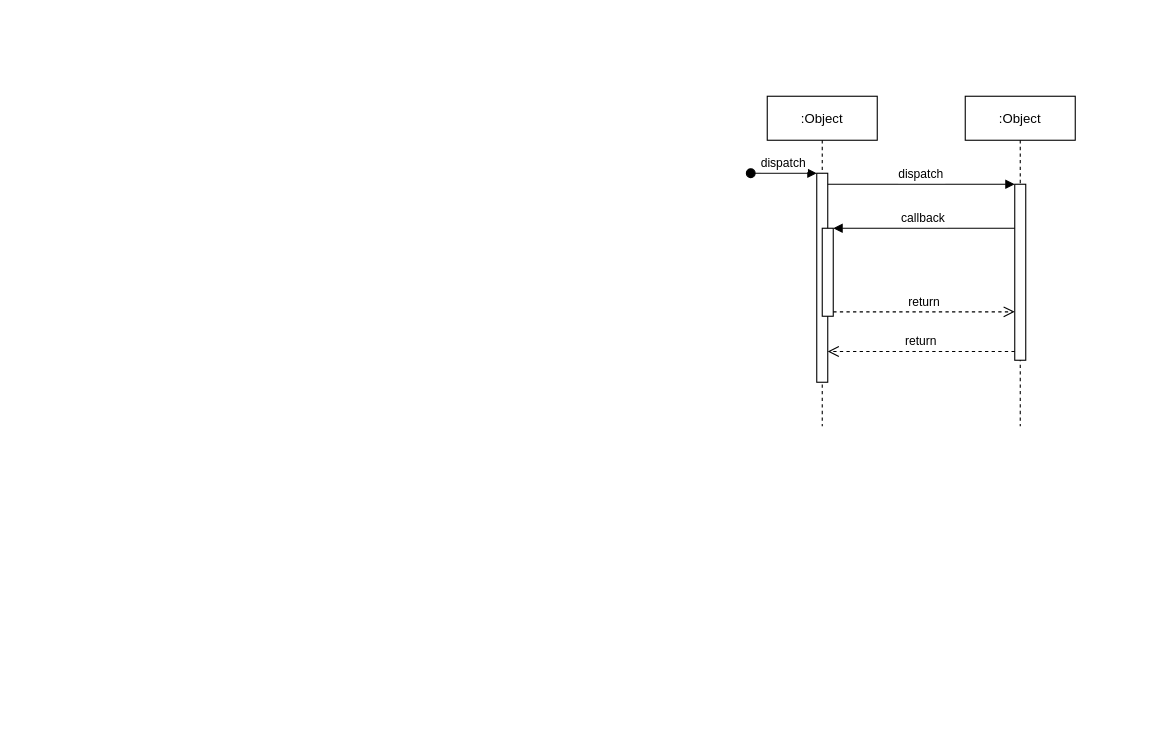
Earlier version of the draw.io diagram Draw/20201112seq.drawio (alsoscope/TIL). Source tidied: cells renumbered, new cells numbered last; positions are measured from the earlier drawing's top-left corner, leaving out a move shared by most shapes. Both pictures are drawn from the tidied source at 110%, with x=0, y=0 at pixel (750, 96).
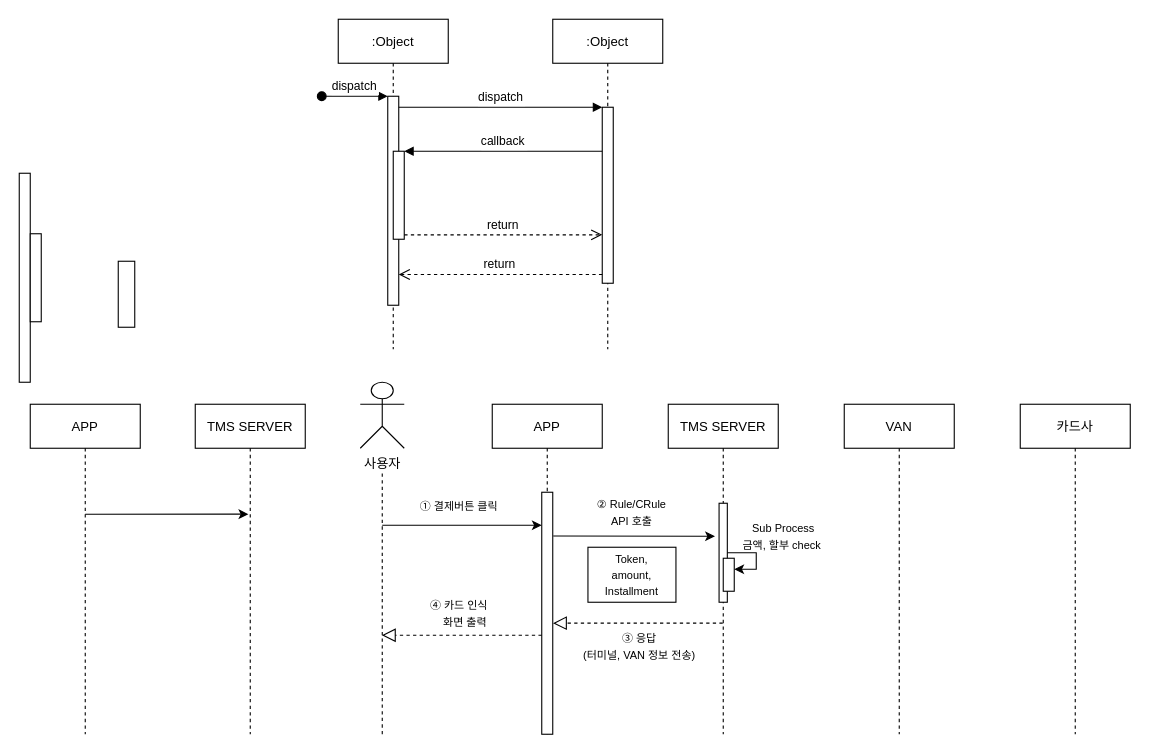
The same diagram, later.

The edit, as a diff of the source:
```diff
@@
     <mxCell id="2" value=":Object" style="shape=umlLifeline;perimeter=lifelinePerimeter;rounded=0;shadow=0;strokeWidth=1;" parent="1" vertex="1">
-      <mxGeometry x="15" width="100" height="300" as="geometry" />
+      <mxGeometry x="-375" y="-70" width="100" height="300" as="geometry" />
     </mxCell>
@@
     <mxCell id="6" value=":Object" style="shape=umlLifeline;perimeter=lifelinePerimeter;rounded=0;shadow=0;strokeWidth=1;" parent="1" vertex="1">
-      <mxGeometry x="195" width="100" height="300" as="geometry" />
+      <mxGeometry x="-180" y="-70" width="100" height="300" as="geometry" />
     </mxCell>
@@
+    <mxCell id="12" value="APP" style="shape=umlLifeline;perimeter=lifelinePerimeter;rounded=0;shadow=0;strokeWidth=1;" parent="1" vertex="1">
+      <mxGeometry x="-235" y="280" width="100" height="300" as="geometry" />
+    </mxCell>
+    <mxCell id="13" style="points=[];perimeter=orthogonalPerimeter;rounded=0;shadow=0;strokeWidth=1;" parent="12" vertex="1">
+      <mxGeometry x="45" y="80" width="10" height="220" as="geometry" />
+    </mxCell>
+    <mxCell id="14" style="perimeter=orthogonalPerimeter;rounded=0;shadow=0;strokeWidth=1;" parent="1" vertex="1">
+      <mxGeometry x="-665" y="70" width="10" height="190" as="geometry" />
+    </mxCell>
+    <mxCell id="15" style="perimeter=orthogonalPerimeter;rounded=0;shadow=0;strokeWidth=1;" parent="1" vertex="1">
+      <mxGeometry x="-655" y="125" width="10" height="80" as="geometry" />
+    </mxCell>
+    <mxCell id="16" value="VAN" style="shape=umlLifeline;perimeter=lifelinePerimeter;rounded=0;shadow=0;strokeWidth=1;" parent="1" vertex="1">
+      <mxGeometry x="85" y="280" width="100" height="300" as="geometry" />
+    </mxCell>
+    <mxCell id="17" value="TMS SERVER" style="shape=umlLifeline;perimeter=lifelinePerimeter;rounded=0;shadow=0;strokeWidth=1;size=40;" parent="1" vertex="1">
+      <mxGeometry x="-75" y="280" width="100" height="300" as="geometry" />
+    </mxCell>
+    <mxCell id="18" style="points=[];perimeter=orthogonalPerimeter;rounded=0;shadow=0;strokeWidth=1;" parent="17" vertex="1">
+      <mxGeometry x="46.2" y="90" width="7.5" height="90" as="geometry" />
+    </mxCell>
+    <mxCell id="19" style="points=[];perimeter=orthogonalPerimeter;rounded=0;shadow=0;strokeWidth=1;" parent="17" vertex="1">
+      <mxGeometry x="50" y="140" width="10" height="30" as="geometry" />
+    </mxCell>
+    <mxCell id="20" style="edgeStyle=orthogonalEdgeStyle;rounded=0;jettySize=auto;html=1;startArrow=none;startFill=0;" parent="17" edge="1" source="18" target="19">
+      <mxGeometry relative="1" as="geometry">
+        <Array as="points">
+          <mxPoint x="80" y="135" />
+          <mxPoint x="80" y="150" />
+        </Array>
+      </mxGeometry>
+    </mxCell>
+    <mxCell id="21" value="카드사" style="shape=umlLifeline;perimeter=lifelinePerimeter;rounded=0;shadow=0;strokeWidth=1;" parent="1" vertex="1">
+      <mxGeometry x="245" y="280" width="100" height="300" as="geometry" />
+    </mxCell>
+    <mxCell id="22" value="사용자" style="shape=umlActor;verticalLabelPosition=bottom;verticalAlign=top;html=1;" parent="1" vertex="1">
+      <mxGeometry x="-355" y="260" width="40" height="60" as="geometry" />
+    </mxCell>
+    <mxCell id="23" style="endArrow=none;dashed=1;html=1;" parent="1" edge="1">
+      <mxGeometry relative="1" as="geometry">
+        <mxPoint x="-335" y="580" as="sourcePoint" />
+        <mxPoint x="-335" y="340" as="targetPoint" />
+      </mxGeometry>
+    </mxCell>
+    <mxCell id="24" style="endArrow=classic;html=1;" parent="1" edge="1" target="13">
+      <mxGeometry relative="1" as="geometry">
+        <mxPoint x="-335" y="390" as="sourcePoint" />
+      </mxGeometry>
+    </mxCell>
+    <mxCell id="25" value="&lt;font style=&quot;font-size: 10px&quot;&gt;① 결제버튼 클릭&lt;/font&gt;" style="text;html=1;strokeColor=none;fillColor=none;align=center;verticalAlign=middle;whiteSpace=wrap;rounded=0;" parent="1" vertex="1">
+      <mxGeometry x="-310" y="363" width="90" height="20" as="geometry" />
+    </mxCell>
+    <mxCell id="26" value="APP" style="shape=umlLifeline;perimeter=lifelinePerimeter;rounded=0;shadow=0;strokeWidth=1;" parent="1" vertex="1">
+      <mxGeometry x="-655" y="280" width="100" height="300" as="geometry" />
+    </mxCell>
+    <mxCell id="27" value="TMS SERVER" style="shape=umlLifeline;perimeter=lifelinePerimeter;rounded=0;shadow=0;strokeWidth=1;size=40;" parent="1" vertex="1">
+      <mxGeometry x="-505" y="280" width="100" height="300" as="geometry" />
+    </mxCell>
+    <mxCell id="28" style="perimeter=orthogonalPerimeter;rounded=0;shadow=0;strokeWidth=1;" parent="1" vertex="1">
+      <mxGeometry x="-575" y="150" width="15" height="60" as="geometry" />
+    </mxCell>
+    <mxCell id="29" style="endArrow=classic;html=1;entryX=0.483;entryY=0.333;entryDx=0;entryDy=0;entryPerimeter=0;" parent="1" edge="1" target="27">
+      <mxGeometry relative="1" as="geometry">
+        <mxPoint x="-605" y="380" as="sourcePoint" />
+      </mxGeometry>
+    </mxCell>
+    <mxCell id="30" value="&lt;font style=&quot;font-size: 10px&quot;&gt;② Rule/CRule &lt;br&gt;API 호출&lt;/font&gt;" style="text;html=1;strokeColor=none;fillColor=none;align=center;verticalAlign=middle;whiteSpace=wrap;rounded=0;" parent="1" vertex="1">
+      <mxGeometry x="-153" y="368" width="90" height="20" as="geometry" />
+    </mxCell>
+    <mxCell id="31" value="&lt;font style=&quot;font-size: 10px&quot;&gt;Token,&lt;br&gt;amount,&lt;br&gt;Installment&lt;/font&gt;" style="rounded=0;whiteSpace=wrap;html=1;" parent="1" vertex="1">
+      <mxGeometry x="-148" y="410" width="80" height="50" as="geometry" />
+    </mxCell>
+    <mxCell id="32" style="startArrow=none;startFill=0;startSize=7;endArrow=block;endFill=0;endSize=10;dashed=1;html=1;entryX=1.024;entryY=0.541;entryDx=0;entryDy=0;entryPerimeter=0;" parent="1" edge="1" source="17" target="13">
+      <mxGeometry relative="1" as="geometry">
+        <Array as="points">
+          <mxPoint x="-106" y="479" />
+        </Array>
+      </mxGeometry>
+    </mxCell>
+    <mxCell id="33" style="endArrow=classic;html=1;exitX=1.046;exitY=0.181;exitDx=0;exitDy=0;exitPerimeter=0;" parent="1" edge="1" source="13">
+      <mxGeometry relative="1" as="geometry">
+        <mxPoint x="-32.5" y="400" as="targetPoint" />
+      </mxGeometry>
+    </mxCell>
+    <mxCell id="34" value="&lt;span style=&quot;font-size: 10px&quot;&gt;③ 응답&lt;br&gt;(터미널, VAN 정보 전송)&lt;br&gt;&lt;/span&gt;" style="text;html=1;strokeColor=none;fillColor=none;align=center;verticalAlign=middle;whiteSpace=wrap;rounded=0;" parent="1" vertex="1">
+      <mxGeometry x="-160" y="490" width="118" height="20" as="geometry" />
+    </mxCell>
+    <mxCell id="35" style="startArrow=none;startFill=0;startSize=7;endArrow=block;endFill=0;endSize=10;dashed=1;html=1;" parent="1" edge="1" source="13">
+      <mxGeometry relative="1" as="geometry">
+        <mxPoint x="-335.3" y="490" as="targetPoint" />
+        <Array as="points">
+          <mxPoint x="-260.5" y="490" />
+        </Array>
+      </mxGeometry>
+    </mxCell>
+    <mxCell id="36" value="&lt;font style=&quot;font-size: 10px&quot;&gt;④ 카드 인식&lt;br&gt;&amp;nbsp; &amp;nbsp; &amp;nbsp;화면 출력&amp;nbsp;&lt;/font&gt;" style="text;html=1;strokeColor=none;fillColor=none;align=center;verticalAlign=middle;whiteSpace=wrap;rounded=0;" parent="1" vertex="1">
+      <mxGeometry x="-310" y="460" width="90" height="20" as="geometry" />
+    </mxCell>
+    <mxCell id="37" value="&lt;span style=&quot;font-size: 10px&quot;&gt;Sub Process&lt;br&gt;금액, 할부 check&amp;nbsp;&lt;br&gt;&lt;/span&gt;" style="text;html=1;strokeColor=none;fillColor=none;align=center;verticalAlign=middle;whiteSpace=wrap;rounded=0;" parent="1" vertex="1">
+      <mxGeometry x="-15" y="390" width="90" height="20" as="geometry" />
+    </mxCell>
```
